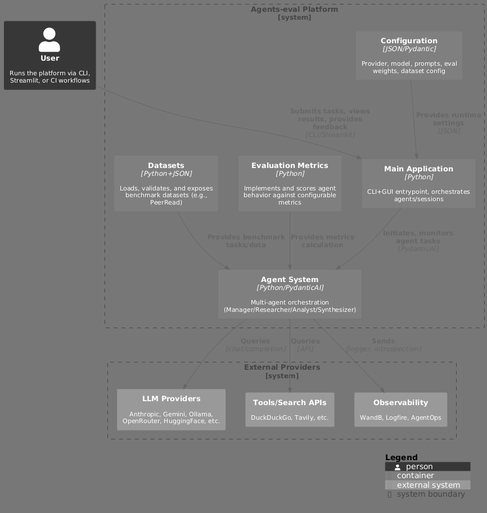
Before: assets/images/c4-multi-agent-system-dark.png, a diagram exported from PlantUML (qte77/Agents-eval).
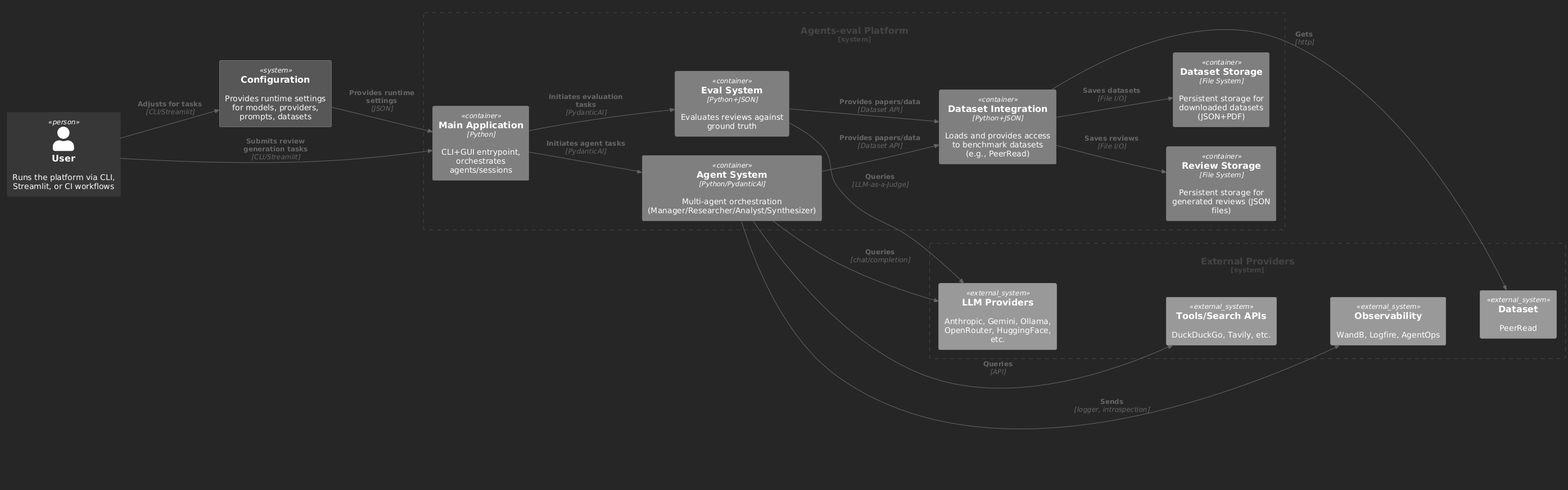
The same file after the commit.

Diff of the diagram source:
```diff
@@ -1,36 +1,61 @@
 @startuml
-!theme reddress-darkblue
+!theme blueprint
 skinparam monochrome true
 
 !include https://raw.githubusercontent.com/plantuml-stdlib/C4-PlantUML/master/C4_Component.puml
 
-LAYOUT_WITH_LEGEND()
+LAYOUT_LEFT_RIGHT()
 
 Person(user, "User", "Runs the platform via CLI, Streamlit, or CI workflows")
+System(config, "Configuration", "Provides runtime settings for models, providers, prompts, datasets")
+
+System_Boundary(agents_eval, "Agents-eval Platform") {
+    Container(main_app, "Main Application", "Python", "CLI+GUI entrypoint, orchestrates agents/sessions")
+
+    Container(eval, "Eval System", "Python+JSON", "Evaluates reviews against ground truth")
+    Container(agent_system, "Agent System", "Python/PydanticAI", "Multi-agent orchestration (Manager/Researcher/Analyst/Synthesizer)")
+
+    Container(datasets, "Dataset Integration", "Python+JSON", "Loads and provides access to benchmark datasets (e.g., PeerRead)")
+
+    Container(review_storage, "Review Storage", "File System", "Persistent storage for generated reviews (JSON files)")
+    Container(dataset_storage, "Dataset Storage", "File System", "Persistent storage for downloaded datasets (JSON+PDF)")
+
+    main_app -[hidden]-> eval
+    main_app -[hidden]-> agent_system
+
+    agent_system -[hidden]-> datasets
+    eval -[hidden]-> datasets
+
+    datasets -[hidden]-> review_storage
+    datasets -[hidden]-> dataset_storage
+
+}
 
 System_Boundary(external_providers, "External Providers") {
     System_Ext(llm_providers, "LLM Providers", "Anthropic, Gemini, Ollama, OpenRouter, HuggingFace, etc.")
     System_Ext(tools, "Tools/Search APIs", "DuckDuckGo, Tavily, etc.")
     System_Ext(obs, "Observability", "WandB, Logfire, AgentOps")
+    System_Ext(dataset_ext, "Dataset", "PeerRead")
+
+    llm_providers  -[hidden]-> tools
+    tools-[hidden]-> obs
+    obs-[hidden]-> dataset_ext
 }
 
-System_Boundary(agents_eval, "Agents-eval Platform") {
+Rel(user, main_app, "Submits review generation tasks", "CLI/Streamlit")
+Rel(user, config, "Adjusts for tasks", "CLI/Streamlit")
+Rel(config, main_app, "Provides runtime settings", "JSON")
+Rel(main_app, agent_system, "Initiates agent tasks", "PydanticAI")
+Rel(main_app, eval, "Initiates evaluation tasks", "PydanticAI")
+Rel(agent_system, datasets, "Provides papers/data", "Dataset API")
+Rel(eval, datasets, "Provides papers/data", "Dataset API")
+Rel(datasets, review_storage, "Saves reviews", "File I/O")
+Rel(datasets, dataset_storage, "Saves datasets", "File I/O")
 
-    Container(main_app, "Main Application", "Python", "CLI+GUI entrypoint, orchestrates agents/sessions")
-    Container(agent_system, "Agent System", "Python/PydanticAI", "Multi-agent orchestration (Manager/Researcher/Analyst/Synthesizer)")
-    Container(datasets, "Datasets", "Python+JSON", "Loads, validates, and exposes benchmark datasets (e.g., PeerRead)")
-    Container(metrics, "Evaluation Metrics", "Python", "Implements and scores agent behavior against configurable metrics")
-    Container(config, "Configuration", "JSON/Pydantic", "Provider, model, prompts, eval weights, dataset config")
+Rel_D(eval, llm_providers, "Queries", "LLM-as-a-Judge")
+Rel_D(agent_system, llm_providers, "Queries", "chat/completion")
+Rel_D(agent_system, tools, "Queries", "API")
+Rel_D(agent_system, obs, "Sends", "logger, introspection")
+Rel_D(datasets, dataset_ext, "Gets", "http")
 
-    Rel(user, main_app, "Submits tasks, views results, provides feedback", "CLI/Streamlit")
-    Rel(main_app, agent_system, "Initiates, monitors agent tasks", "PydanticAI")
-    Rel(config, main_app, "Provides runtime settings", "JSON")
-    Rel(datasets, agent_system, "Provides benchmark tasks/data")
-    Rel(metrics, agent_system, "Provides metrics calculation")
-    Rel(agent_system, llm_providers, "Queries", "chat/completion")
-    Rel(agent_system, tools, "Queries", "API")
-    Rel(agent_system, obs, "Sends", "logger, introspection")
-}
-
-SHOW_LEGEND()
 @enduml
```
